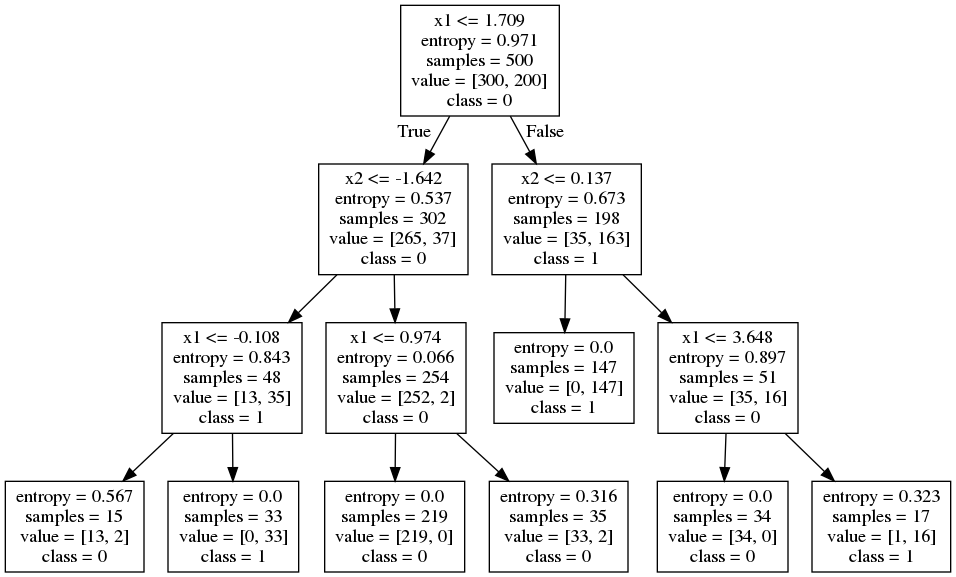
klyshinsky/ML_And_CV_2020 keeps this Graphviz diagram as tree.png. Above is the earlier version. Its source is kept beside it as tree.dot. Its diagram source:
```dot
digraph Tree {
node [shape=box] ;
0 [label="x1 <= 1.709\nentropy = 0.971\nsamples = 500\nvalue = [300, 200]\nclass = 0"] ;
1 [label="x2 <= -1.642\nentropy = 0.537\nsamples = 302\nvalue = [265, 37]\nclass = 0"] ;
0 -> 1 [labeldistance=2.5, labelangle=45, headlabel="True"] ;
2 [label="x1 <= -0.108\nentropy = 0.843\nsamples = 48\nvalue = [13, 35]\nclass = 1"] ;
1 -> 2 ;
3 [label="entropy = 0.567\nsamples = 15\nvalue = [13, 2]\nclass = 0"] ;
2 -> 3 ;
4 [label="entropy = 0.0\nsamples = 33\nvalue = [0, 33]\nclass = 1"] ;
2 -> 4 ;
5 [label="x1 <= 0.974\nentropy = 0.066\nsamples = 254\nvalue = [252, 2]\nclass = 0"] ;
1 -> 5 ;
6 [label="entropy = 0.0\nsamples = 219\nvalue = [219, 0]\nclass = 0"] ;
5 -> 6 ;
7 [label="entropy = 0.316\nsamples = 35\nvalue = [33, 2]\nclass = 0"] ;
5 -> 7 ;
8 [label="x2 <= 0.137\nentropy = 0.673\nsamples = 198\nvalue = [35, 163]\nclass = 1"] ;
0 -> 8 [labeldistance=2.5, labelangle=-45, headlabel="False"] ;
9 [label="entropy = 0.0\nsamples = 147\nvalue = [0, 147]\nclass = 1"] ;
8 -> 9 ;
10 [label="x1 <= 3.648\nentropy = 0.897\nsamples = 51\nvalue = [35, 16]\nclass = 0"] ;
8 -> 10 ;
11 [label="entropy = 0.0\nsamples = 34\nvalue = [34, 0]\nclass = 0"] ;
10 -> 11 ;
12 [label="entropy = 0.323\nsamples = 17\nvalue = [1, 16]\nclass = 1"] ;
10 -> 12 ;
}
```
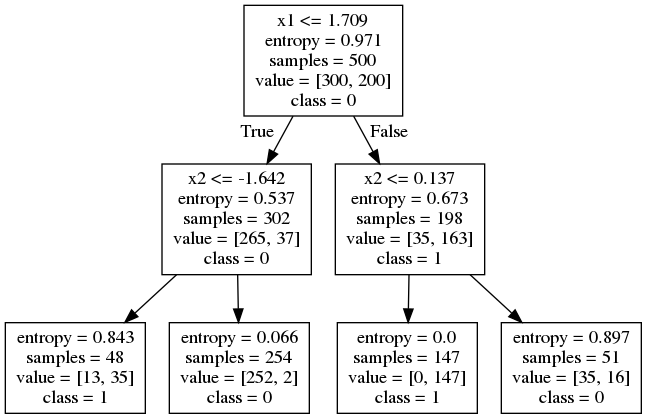
The same file after the commit.

The edit, as a diff of the source:
```diff
@@ -3,26 +3,14 @@
 0 [label="x1 <= 1.709\nentropy = 0.971\nsamples = 500\nvalue = [300, 200]\nclass = 0"] ;
 1 [label="x2 <= -1.642\nentropy = 0.537\nsamples = 302\nvalue = [265, 37]\nclass = 0"] ;
 0 -> 1 [labeldistance=2.5, labelangle=45, headlabel="True"] ;
-2 [label="x1 <= -0.108\nentropy = 0.843\nsamples = 48\nvalue = [13, 35]\nclass = 1"] ;
+2 [label="entropy = 0.843\nsamples = 48\nvalue = [13, 35]\nclass = 1"] ;
 1 -> 2 ;
-3 [label="entropy = 0.567\nsamples = 15\nvalue = [13, 2]\nclass = 0"] ;
-2 -> 3 ;
-4 [label="entropy = 0.0\nsamples = 33\nvalue = [0, 33]\nclass = 1"] ;
-2 -> 4 ;
-5 [label="x1 <= 0.974\nentropy = 0.066\nsamples = 254\nvalue = [252, 2]\nclass = 0"] ;
-1 -> 5 ;
-6 [label="entropy = 0.0\nsamples = 219\nvalue = [219, 0]\nclass = 0"] ;
-5 -> 6 ;
-7 [label="entropy = 0.316\nsamples = 35\nvalue = [33, 2]\nclass = 0"] ;
-5 -> 7 ;
-8 [label="x2 <= 0.137\nentropy = 0.673\nsamples = 198\nvalue = [35, 163]\nclass = 1"] ;
-0 -> 8 [labeldistance=2.5, labelangle=-45, headlabel="False"] ;
-9 [label="entropy = 0.0\nsamples = 147\nvalue = [0, 147]\nclass = 1"] ;
-8 -> 9 ;
-10 [label="x1 <= 3.648\nentropy = 0.897\nsamples = 51\nvalue = [35, 16]\nclass = 0"] ;
-8 -> 10 ;
-11 [label="entropy = 0.0\nsamples = 34\nvalue = [34, 0]\nclass = 0"] ;
-10 -> 11 ;
-12 [label="entropy = 0.323\nsamples = 17\nvalue = [1, 16]\nclass = 1"] ;
-10 -> 12 ;
+3 [label="entropy = 0.066\nsamples = 254\nvalue = [252, 2]\nclass = 0"] ;
+1 -> 3 ;
+4 [label="x2 <= 0.137\nentropy = 0.673\nsamples = 198\nvalue = [35, 163]\nclass = 1"] ;
+0 -> 4 [labeldistance=2.5, labelangle=-45, headlabel="False"] ;
+5 [label="entropy = 0.0\nsamples = 147\nvalue = [0, 147]\nclass = 1"] ;
+4 -> 5 ;
+6 [label="entropy = 0.897\nsamples = 51\nvalue = [35, 16]\nclass = 0"] ;
+4 -> 6 ;
 }
```
